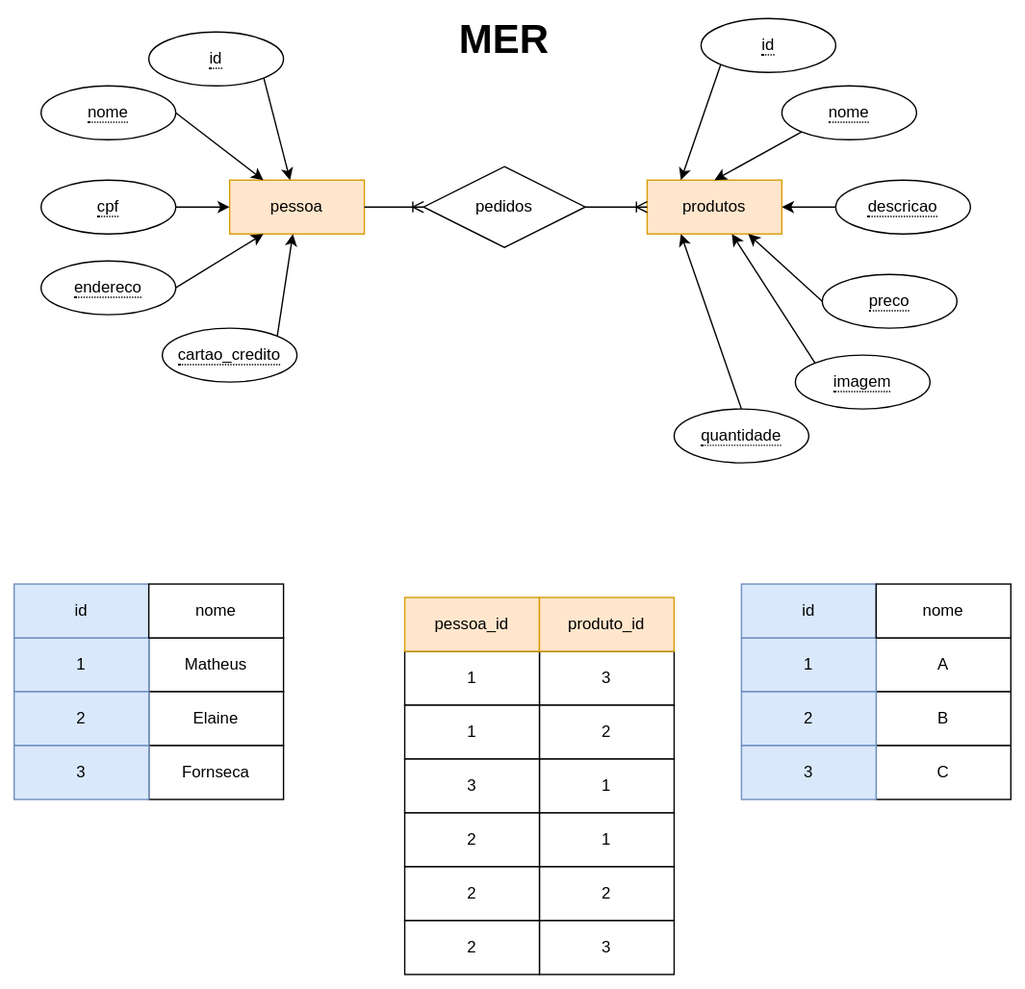
Earlier version of the draw.io export docs/MER.drawio.svg (marceloviana/aulas). Source tidied: cells renumbered, new cells last; positions are measured from the earlier drawing's top-left corner, leaving out a move shared by most shapes.
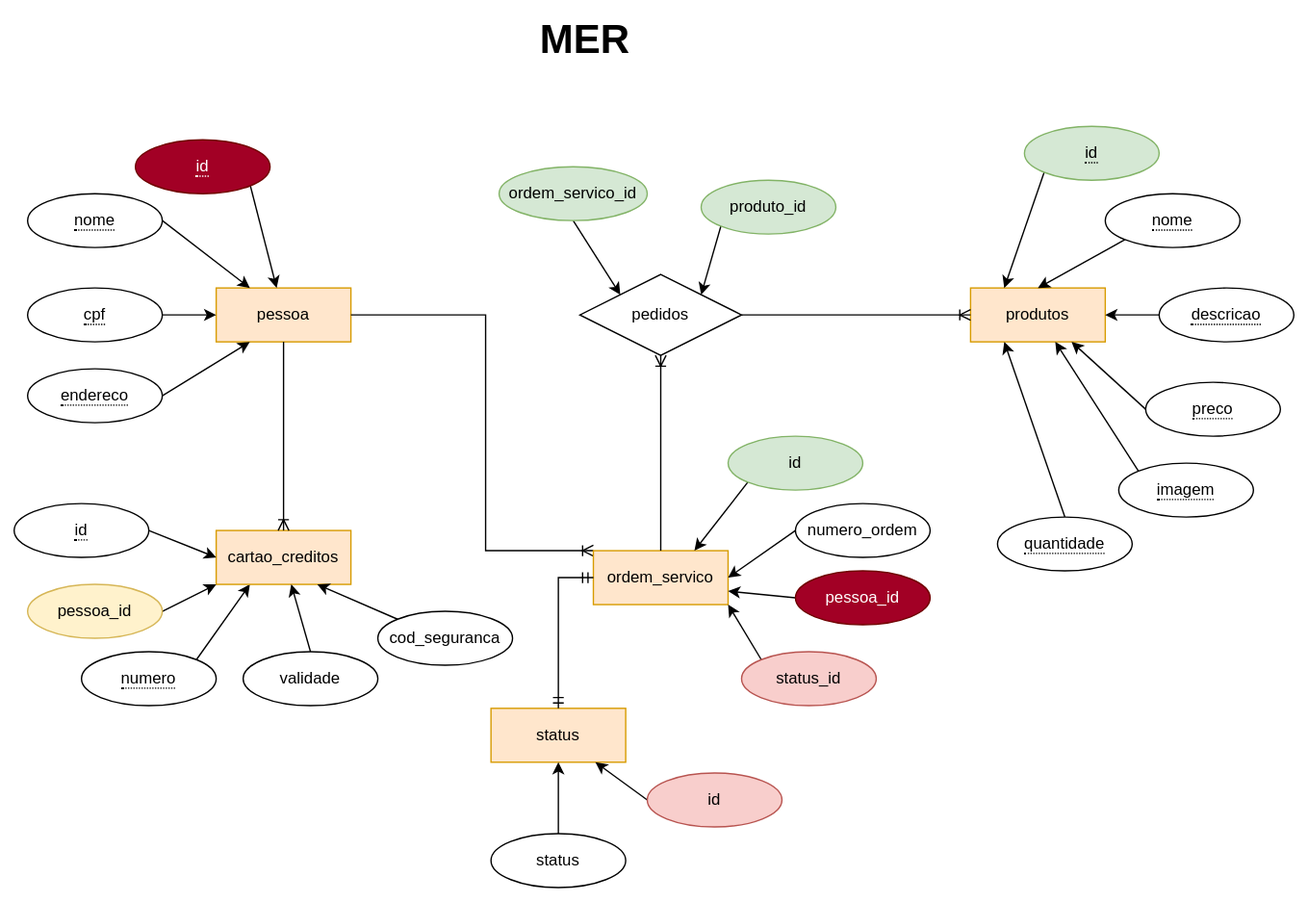
Above is the later version.

What changed in the source:
```diff
@@ -23,160 +23,165 @@
     <mxCell id="8" value="&lt;span style=&quot;border-bottom: 1px dotted&quot;&gt;endereco&lt;/span&gt;" style="ellipse;whiteSpace=wrap;html=1;align=center;" parent="1" vertex="1">
       <mxGeometry x="20" y="180" width="100" height="40" as="geometry" />
     </mxCell>
-    <mxCell id="9" style="rounded=0;jettySize=auto;html=1;exitX=1;exitY=0;exitDx=0;exitDy=0;" parent="1" edge="1" source="10" target="2">
+    <mxCell id="9" style="rounded=0;jettySize=auto;html=1;exitX=1;exitY=0;exitDx=0;exitDy=0;entryX=0.25;entryY=1;entryDx=0;entryDy=0;" parent="1" edge="1" source="10" target="60">
       <mxGeometry relative="1" as="geometry" />
     </mxCell>
-    <mxCell id="10" value="&lt;span style=&quot;border-bottom: 1px dotted&quot;&gt;cartao_credito&lt;/span&gt;" style="ellipse;whiteSpace=wrap;html=1;align=center;" parent="1" vertex="1">
-      <mxGeometry x="110" y="230" width="100" height="40" as="geometry" />
+    <mxCell id="10" value="&lt;span style=&quot;border-bottom: 1px dotted&quot;&gt;numero&lt;/span&gt;" style="ellipse;whiteSpace=wrap;html=1;align=center;" parent="1" vertex="1">
+      <mxGeometry x="60" y="390" width="100" height="40" as="geometry" />
     </mxCell>
     <mxCell id="11" value="produtos" style="whiteSpace=wrap;html=1;align=center;fillColor=#ffe6cc;strokeColor=#d79b00;" parent="1" vertex="1">
-      <mxGeometry x="470" y="120" width="100" height="40" as="geometry" />
+      <mxGeometry x="720" y="120" width="100" height="40" as="geometry" />
     </mxCell>
     <mxCell id="12" style="rounded=0;jettySize=auto;html=1;exitX=0;exitY=1;exitDx=0;exitDy=0;entryX=0.5;entryY=0;entryDx=0;entryDy=0;" parent="1" edge="1" source="13" target="11">
       <mxGeometry relative="1" as="geometry" />
     </mxCell>
     <mxCell id="13" value="&lt;span style=&quot;border-bottom: 1px dotted&quot;&gt;nome&lt;/span&gt;" style="ellipse;whiteSpace=wrap;html=1;align=center;" parent="1" vertex="1">
-      <mxGeometry x="570" y="50" width="100" height="40" as="geometry" />
+      <mxGeometry x="820" y="50" width="100" height="40" as="geometry" />
     </mxCell>
     <mxCell id="14" style="rounded=0;jettySize=auto;html=1;exitX=0;exitY=0.5;exitDx=0;exitDy=0;" parent="1" edge="1" source="15" target="11">
       <mxGeometry relative="1" as="geometry" />
     </mxCell>
     <mxCell id="15" value="&lt;span style=&quot;border-bottom: 1px dotted&quot;&gt;descricao&lt;/span&gt;" style="ellipse;whiteSpace=wrap;html=1;align=center;" parent="1" vertex="1">
-      <mxGeometry x="610" y="120" width="100" height="40" as="geometry" />
+      <mxGeometry x="860" y="120" width="100" height="40" as="geometry" />
     </mxCell>
     <mxCell id="16" style="rounded=0;jettySize=auto;html=1;exitX=0;exitY=0.5;exitDx=0;exitDy=0;entryX=0.75;entryY=1;entryDx=0;entryDy=0;" parent="1" edge="1" source="17" target="11">
       <mxGeometry relative="1" as="geometry" />
     </mxCell>
     <mxCell id="17" value="&lt;span style=&quot;border-bottom: 1px dotted&quot;&gt;preco&lt;/span&gt;" style="ellipse;whiteSpace=wrap;html=1;align=center;" parent="1" vertex="1">
-      <mxGeometry x="600" y="190" width="100" height="40" as="geometry" />
+      <mxGeometry x="850" y="190" width="100" height="40" as="geometry" />
     </mxCell>
     <mxCell id="18" style="rounded=0;jettySize=auto;html=1;exitX=0;exitY=0;exitDx=0;exitDy=0;" parent="1" edge="1" source="19" target="11">
       <mxGeometry relative="1" as="geometry" />
     </mxCell>
     <mxCell id="19" value="&lt;span style=&quot;border-bottom: 1px dotted&quot;&gt;imagem&lt;/span&gt;" style="ellipse;whiteSpace=wrap;html=1;align=center;" parent="1" vertex="1">
-      <mxGeometry x="580" y="250" width="100" height="40" as="geometry" />
+      <mxGeometry x="830" y="250" width="100" height="40" as="geometry" />
     </mxCell>
     <mxCell id="20" value="pedidos" style="shape=rhombus;perimeter=rhombusPerimeter;whiteSpace=wrap;html=1;align=center;" parent="1" vertex="1">
-      <mxGeometry x="304" y="110" width="120" height="60" as="geometry" />
+      <mxGeometry x="430" y="110" width="120" height="60" as="geometry" />
     </mxCell>
-    <mxCell id="21" style="edgeStyle=entityRelationEdgeStyle;fontSize=12;html=1;endArrow=ERoneToMany;rounded=0;exitX=1;exitY=0.5;exitDx=0;exitDy=0;" parent="1" edge="1" source="20">
-      <mxGeometry relative="1" as="geometry">
-        <mxPoint x="470" y="140" as="targetPoint" />
-      </mxGeometry>
+    <mxCell id="21" style="edgeStyle=entityRelationEdgeStyle;fontSize=12;html=1;endArrow=ERoneToMany;rounded=0;exitX=1;exitY=0.5;exitDx=0;exitDy=0;entryX=0;entryY=0.5;entryDx=0;entryDy=0;" parent="1" edge="1" source="20" target="11">
+      <mxGeometry relative="1" as="geometry" />
     </mxCell>
-    <mxCell id="22" style="edgeStyle=entityRelationEdgeStyle;fontSize=12;html=1;endArrow=ERoneToMany;rounded=0;exitX=1;exitY=0.5;exitDx=0;exitDy=0;" parent="1" edge="1" source="2" target="20">
-      <mxGeometry relative="1" as="geometry" />
+    <mxCell id="22" style="edgeStyle=orthogonalEdgeStyle;fontSize=12;html=1;endArrow=ERoneToMany;rounded=0;exitX=1;exitY=0.5;exitDx=0;exitDy=0;endFill=0;entryX=0;entryY=0;entryDx=0;entryDy=0;" parent="1" edge="1" source="2" target="70">
+      <mxGeometry relative="1" as="geometry">
+        <Array as="points">
+          <mxPoint x="360" y="140" />
+          <mxPoint x="360" y="315" />
+        </Array>
+      </mxGeometry>
     </mxCell>
     <mxCell id="23" style="rounded=0;jettySize=auto;html=1;exitX=0.5;exitY=0;exitDx=0;exitDy=0;entryX=0.25;entryY=1;entryDx=0;entryDy=0;" parent="1" edge="1" source="24" target="11">
       <mxGeometry relative="1" as="geometry" />
     </mxCell>
     <mxCell id="24" value="&lt;span style=&quot;border-bottom: 1px dotted&quot;&gt;quantidade&lt;/span&gt;" style="ellipse;whiteSpace=wrap;html=1;align=center;" parent="1" vertex="1">
-      <mxGeometry x="490" y="290" width="100" height="40" as="geometry" />
+      <mxGeometry x="740" y="290" width="100" height="40" as="geometry" />
     </mxCell>
     <mxCell id="25" value="MER" style="text;html=1;align=center;verticalAlign=middle;whiteSpace=wrap;rounded=0;fontStyle=1;fontSize=30;" parent="1" vertex="1">
-      <mxGeometry x="334" width="60" height="30" as="geometry" />
+      <mxGeometry x="404" y="-80" width="60" height="30" as="geometry" />
     </mxCell>
     <mxCell id="26" style="rounded=0;jettySize=auto;html=1;exitX=1;exitY=1;exitDx=0;exitDy=0;" parent="1" edge="1" source="27" target="2">
       <mxGeometry relative="1" as="geometry" />
     </mxCell>
-    <mxCell id="27" value="&lt;span style=&quot;border-bottom: 1px dotted&quot;&gt;id&lt;/span&gt;" style="ellipse;whiteSpace=wrap;html=1;align=center;" parent="1" vertex="1">
+    <mxCell id="27" value="&lt;span style=&quot;border-bottom: 1px dotted&quot;&gt;id&lt;/span&gt;" style="ellipse;whiteSpace=wrap;html=1;align=center;fillColor=#a20025;strokeColor=#6F0000;fontColor=#ffffff;" parent="1" vertex="1">
       <mxGeometry x="100" y="10" width="100" height="40" as="geometry" />
     </mxCell>
     <mxCell id="28" style="rounded=0;jettySize=auto;html=1;exitX=0;exitY=1;exitDx=0;exitDy=0;entryX=0.25;entryY=0;entryDx=0;entryDy=0;" parent="1" edge="1" source="29" target="11">
       <mxGeometry relative="1" as="geometry" />
     </mxCell>
-    <mxCell id="29" value="&lt;span style=&quot;border-bottom: 1px dotted&quot;&gt;id&lt;/span&gt;" style="ellipse;whiteSpace=wrap;html=1;align=center;" parent="1" vertex="1">
-      <mxGeometry x="510" width="100" height="40" as="geometry" />
+    <mxCell id="29" value="&lt;span style=&quot;border-bottom: 1px dotted&quot;&gt;id&lt;/span&gt;" style="ellipse;whiteSpace=wrap;html=1;align=center;fillColor=#d5e8d4;strokeColor=#82b366;" parent="1" vertex="1">
+      <mxGeometry x="760" width="100" height="40" as="geometry" />
     </mxCell>
-    <mxCell id="30" value="A" style="whiteSpace=wrap;html=1;align=center;" parent="1" vertex="1">
-      <mxGeometry x="640" y="460" width="100" height="40" as="geometry" />
-    </mxCell>
-    <mxCell id="31" value="B" style="whiteSpace=wrap;html=1;align=center;" parent="1" vertex="1">
-      <mxGeometry x="640" y="500" width="100" height="40" as="geometry" />
-    </mxCell>
-    <mxCell id="32" value="C" style="whiteSpace=wrap;html=1;align=center;" parent="1" vertex="1">
-      <mxGeometry x="640" y="540" width="100" height="40" as="geometry" />
-    </mxCell>
-    <mxCell id="33" value="1" style="whiteSpace=wrap;html=1;align=center;fillColor=#dae8fc;strokeColor=#6c8ebf;" parent="1" vertex="1">
-      <mxGeometry x="540" y="460" width="100" height="40" as="geometry" />
-    </mxCell>
-    <mxCell id="34" value="2" style="whiteSpace=wrap;html=1;align=center;fillColor=#dae8fc;strokeColor=#6c8ebf;" parent="1" vertex="1">
-      <mxGeometry x="540" y="500" width="100" height="40" as="geometry" />
-    </mxCell>
-    <mxCell id="35" value="3" style="whiteSpace=wrap;html=1;align=center;fillColor=#dae8fc;strokeColor=#6c8ebf;" parent="1" vertex="1">
-      <mxGeometry x="540" y="540" width="100" height="40" as="geometry" />
-    </mxCell>
-    <mxCell id="36" value="Matheus" style="whiteSpace=wrap;html=1;align=center;" parent="1" vertex="1">
-      <mxGeometry x="100" y="460" width="100" height="40" as="geometry" />
-    </mxCell>
-    <mxCell id="37" value="Elaine" style="whiteSpace=wrap;html=1;align=center;" parent="1" vertex="1">
-      <mxGeometry x="100" y="500" width="100" height="40" as="geometry" />
-    </mxCell>
-    <mxCell id="38" value="Fornseca" style="whiteSpace=wrap;html=1;align=center;" parent="1" vertex="1">
-      <mxGeometry x="100" y="540" width="100" height="40" as="geometry" />
-    </mxCell>
-    <mxCell id="39" value="1" style="whiteSpace=wrap;html=1;align=center;fillColor=#dae8fc;strokeColor=#6c8ebf;" parent="1" vertex="1">
-      <mxGeometry y="460" width="100" height="40" as="geometry" />
-    </mxCell>
-    <mxCell id="40" value="2" style="whiteSpace=wrap;html=1;align=center;fillColor=#dae8fc;strokeColor=#6c8ebf;" parent="1" vertex="1">
-      <mxGeometry y="500" width="100" height="40" as="geometry" />
-    </mxCell>
-    <mxCell id="41" value="3" style="whiteSpace=wrap;html=1;align=center;fillColor=#dae8fc;strokeColor=#6c8ebf;" parent="1" vertex="1">
-      <mxGeometry y="540" width="100" height="40" as="geometry" />
-    </mxCell>
-    <mxCell id="42" value="3" style="whiteSpace=wrap;html=1;align=center;" parent="1" vertex="1">
-      <mxGeometry x="390" y="470" width="100" height="40" as="geometry" />
-    </mxCell>
-    <mxCell id="43" value="2" style="whiteSpace=wrap;html=1;align=center;" parent="1" vertex="1">
-      <mxGeometry x="390" y="510" width="100" height="40" as="geometry" />
-    </mxCell>
-    <mxCell id="44" value="1" style="whiteSpace=wrap;html=1;align=center;" parent="1" vertex="1">
-      <mxGeometry x="390" y="550" width="100" height="40" as="geometry" />
-    </mxCell>
-    <mxCell id="45" value="1" style="whiteSpace=wrap;html=1;align=center;" parent="1" vertex="1">
-      <mxGeometry x="290" y="470" width="100" height="40" as="geometry" />
-    </mxCell>
-    <mxCell id="46" value="1" style="whiteSpace=wrap;html=1;align=center;" parent="1" vertex="1">
-      <mxGeometry x="290" y="510" width="100" height="40" as="geometry" />
-    </mxCell>
-    <mxCell id="47" value="3" style="whiteSpace=wrap;html=1;align=center;" parent="1" vertex="1">
-      <mxGeometry x="290" y="550" width="100" height="40" as="geometry" />
-    </mxCell>
-    <mxCell id="48" value="id" style="whiteSpace=wrap;html=1;align=center;fillColor=#dae8fc;strokeColor=#6c8ebf;" parent="1" vertex="1">
-      <mxGeometry y="420" width="100" height="40" as="geometry" />
-    </mxCell>
-    <mxCell id="49" value="nome" style="whiteSpace=wrap;html=1;align=center;" parent="1" vertex="1">
-      <mxGeometry x="100" y="420" width="100" height="40" as="geometry" />
-    </mxCell>
-    <mxCell id="50" value="id" style="whiteSpace=wrap;html=1;align=center;fillColor=#dae8fc;strokeColor=#6c8ebf;" parent="1" vertex="1">
-      <mxGeometry x="540" y="420" width="100" height="40" as="geometry" />
-    </mxCell>
-    <mxCell id="51" value="nome" style="whiteSpace=wrap;html=1;align=center;" parent="1" vertex="1">
-      <mxGeometry x="640" y="420" width="100" height="40" as="geometry" />
-    </mxCell>
-    <mxCell id="52" value="pessoa_id" style="whiteSpace=wrap;html=1;align=center;fillColor=#ffe6cc;strokeColor=#d79b00;" parent="1" vertex="1">
-      <mxGeometry x="290" y="430" width="100" height="40" as="geometry" />
-    </mxCell>
+    <mxCell id="60" value="cartao_creditos" style="whiteSpace=wrap;html=1;align=center;fillColor=#ffe6cc;strokeColor=#d79b00;" parent="1" vertex="1">
+      <mxGeometry x="160" y="300" width="100" height="40" as="geometry" />
+    </mxCell>
+    <mxCell id="61" style="rounded=0;jettySize=auto;html=1;exitX=0.5;exitY=0;exitDx=0;exitDy=0;" parent="1" edge="1" source="62" target="60">
+      <mxGeometry relative="1" as="geometry" />
+    </mxCell>
+    <mxCell id="62" value="validade" style="ellipse;whiteSpace=wrap;html=1;align=center;" parent="1" vertex="1">
+      <mxGeometry x="180" y="390" width="100" height="40" as="geometry" />
+    </mxCell>
+    <mxCell id="63" style="rounded=0;jettySize=auto;html=1;exitX=0;exitY=0;exitDx=0;exitDy=0;entryX=0.75;entryY=1;entryDx=0;entryDy=0;" parent="1" edge="1" source="64" target="60">
+      <mxGeometry relative="1" as="geometry" />
+    </mxCell>
+    <mxCell id="64" value="cod_seguranca" style="ellipse;whiteSpace=wrap;html=1;align=center;" parent="1" vertex="1">
+      <mxGeometry x="280" y="360" width="100" height="40" as="geometry" />
+    </mxCell>
+    <mxCell id="65" style="rounded=0;jettySize=auto;html=1;exitX=1;exitY=0.5;exitDx=0;exitDy=0;entryX=0;entryY=0.5;entryDx=0;entryDy=0;" parent="1" edge="1" source="66" target="60">
+      <mxGeometry relative="1" as="geometry" />
+    </mxCell>
+    <mxCell id="66" value="&lt;span style=&quot;border-bottom: 1px dotted&quot;&gt;id&lt;/span&gt;" style="ellipse;whiteSpace=wrap;html=1;align=center;" parent="1" vertex="1">
+      <mxGeometry x="10" y="280" width="100" height="40" as="geometry" />
+    </mxCell>
+    <mxCell id="67" style="rounded=0;jettySize=auto;html=1;exitX=1;exitY=0.5;exitDx=0;exitDy=0;entryX=0;entryY=1;entryDx=0;entryDy=0;" parent="1" edge="1" source="68" target="60">
+      <mxGeometry relative="1" as="geometry" />
+    </mxCell>
+    <mxCell id="68" value="pessoa_id" style="ellipse;whiteSpace=wrap;html=1;align=center;fillColor=#fff2cc;strokeColor=#d6b656;" parent="1" vertex="1">
+      <mxGeometry x="20" y="340" width="100" height="40" as="geometry" />
+    </mxCell>
+    <mxCell id="69" style="fontSize=12;html=1;endArrow=ERoneToMany;rounded=0;exitX=0.5;exitY=1;exitDx=0;exitDy=0;entryX=0.5;entryY=0;entryDx=0;entryDy=0;edgeStyle=orthogonalEdgeStyle;" parent="1" edge="1" source="2" target="60">
+      <mxGeometry relative="1" as="geometry" />
+    </mxCell>
+    <mxCell id="70" value="ordem_servico" style="whiteSpace=wrap;html=1;align=center;fillColor=#ffe6cc;strokeColor=#d79b00;" parent="1" vertex="1">
+      <mxGeometry x="440" y="315" width="100" height="40" as="geometry" />
+    </mxCell>
+    <mxCell id="71" style="rounded=0;jettySize=auto;html=1;exitX=0;exitY=1;exitDx=0;exitDy=0;entryX=0.75;entryY=0;entryDx=0;entryDy=0;" parent="1" edge="1" source="72" target="70">
+      <mxGeometry relative="1" as="geometry" />
+    </mxCell>
+    <mxCell id="72" value="id" style="ellipse;whiteSpace=wrap;html=1;align=center;fillColor=#d5e8d4;strokeColor=#82b366;" parent="1" vertex="1">
+      <mxGeometry x="540" y="230" width="100" height="40" as="geometry" />
+    </mxCell>
+    <mxCell id="73" style="rounded=0;jettySize=auto;html=1;exitX=0;exitY=0.5;exitDx=0;exitDy=0;entryX=1;entryY=0.5;entryDx=0;entryDy=0;" parent="1" edge="1" source="74" target="70">
+      <mxGeometry relative="1" as="geometry" />
+    </mxCell>
+    <mxCell id="74" value="numero_ordem" style="ellipse;whiteSpace=wrap;html=1;align=center;" parent="1" vertex="1">
+      <mxGeometry x="590" y="280" width="100" height="40" as="geometry" />
+    </mxCell>
+    <mxCell id="75" style="rounded=0;jettySize=auto;html=1;exitX=0;exitY=0.5;exitDx=0;exitDy=0;entryX=1;entryY=0.75;entryDx=0;entryDy=0;" parent="1" edge="1" source="76" target="70">
+      <mxGeometry relative="1" as="geometry" />
+    </mxCell>
+    <mxCell id="76" value="pessoa_id" style="ellipse;whiteSpace=wrap;html=1;align=center;fillColor=#a20025;strokeColor=#6F0000;fontColor=#ffffff;" parent="1" vertex="1">
+      <mxGeometry x="590" y="330" width="100" height="40" as="geometry" />
+    </mxCell>
+    <mxCell id="77" style="rounded=0;jettySize=auto;html=1;exitX=0;exitY=0;exitDx=0;exitDy=0;" parent="1" edge="1" source="78">
+      <mxGeometry relative="1" as="geometry">
+        <mxPoint x="540" y="355" as="targetPoint" />
+      </mxGeometry>
+    </mxCell>
+    <mxCell id="78" value="status_id" style="ellipse;whiteSpace=wrap;html=1;align=center;fillColor=#f8cecc;strokeColor=#b85450;" parent="1" vertex="1">
+      <mxGeometry x="550" y="390" width="100" height="40" as="geometry" />
+    </mxCell>
+    <mxCell id="79" value="status" style="whiteSpace=wrap;html=1;align=center;fillColor=#ffe6cc;strokeColor=#d79b00;" parent="1" vertex="1">
+      <mxGeometry x="364" y="432" width="100" height="40" as="geometry" />
+    </mxCell>
+    <mxCell id="80" style="rounded=0;jettySize=auto;html=1;exitX=0;exitY=0.5;exitDx=0;exitDy=0;" parent="1" edge="1" source="81" target="79">
+      <mxGeometry relative="1" as="geometry" />
+    </mxCell>
+    <mxCell id="81" value="id" style="ellipse;whiteSpace=wrap;html=1;align=center;fillColor=#f8cecc;strokeColor=#b85450;" parent="1" vertex="1">
+      <mxGeometry x="480" y="480" width="100" height="40" as="geometry" />
+    </mxCell>
+    <mxCell id="82" style="rounded=0;jettySize=auto;html=1;exitX=0.5;exitY=0;exitDx=0;exitDy=0;" parent="1" edge="1" source="83" target="79">
+      <mxGeometry relative="1" as="geometry" />
+    </mxCell>
+    <mxCell id="83" value="status" style="ellipse;whiteSpace=wrap;html=1;align=center;" parent="1" vertex="1">
+      <mxGeometry x="364" y="525" width="100" height="40" as="geometry" />
+    </mxCell>
+    <mxCell id="84" style="edgeStyle=orthogonalEdgeStyle;fontSize=12;html=1;endArrow=ERmandOne;startArrow=ERmandOne;rounded=0;entryX=0.5;entryY=0;entryDx=0;entryDy=0;exitX=0;exitY=0.5;exitDx=0;exitDy=0;" parent="1" edge="1" source="70" target="79">
+      <mxGeometry relative="1" as="geometry" />
+    </mxCell>
+    <mxCell id="85" style="rounded=0;jettySize=auto;html=1;exitX=0.5;exitY=1;exitDx=0;exitDy=0;entryX=0;entryY=0;entryDx=0;entryDy=0;" parent="1" edge="1" source="86" target="20">
+      <mxGeometry relative="1" as="geometry" />
+    </mxCell>
+    <mxCell id="86" value="ordem_servico_id" style="ellipse;whiteSpace=wrap;html=1;align=center;fillColor=#d5e8d4;strokeColor=#82b366;" parent="1" vertex="1">
+      <mxGeometry x="370" y="30" width="110" height="40" as="geometry" />
+    </mxCell>
+    <mxCell id="87" style="rounded=0;jettySize=auto;html=1;exitX=0;exitY=1;exitDx=0;exitDy=0;entryX=1;entryY=0;entryDx=0;entryDy=0;" parent="1" edge="1" source="53" target="20">
+      <mxGeometry relative="1" as="geometry" />
+    </mxCell>
-    <mxCell id="53" value="produto_id" style="whiteSpace=wrap;html=1;align=center;fillColor=#ffe6cc;strokeColor=#d79b00;" parent="1" vertex="1">
-      <mxGeometry x="390" y="430" width="100" height="40" as="geometry" />
+    <mxCell id="53" value="produto_id" style="ellipse;whiteSpace=wrap;html=1;align=center;fillColor=#d5e8d4;strokeColor=#82b366;" parent="1" vertex="1">
+      <mxGeometry x="520" y="40" width="100" height="40" as="geometry" />
     </mxCell>
-    <mxCell id="54" value="1" style="whiteSpace=wrap;html=1;align=center;" parent="1" vertex="1">
-      <mxGeometry x="390" y="590" width="100" height="40" as="geometry" />
-    </mxCell>
-    <mxCell id="55" value="2" style="whiteSpace=wrap;html=1;align=center;" parent="1" vertex="1">
-      <mxGeometry x="290" y="590" width="100" height="40" as="geometry" />
-    </mxCell>
-    <mxCell id="56" value="2" style="whiteSpace=wrap;html=1;align=center;" parent="1" vertex="1">
-      <mxGeometry x="390" y="630" width="100" height="40" as="geometry" />
-    </mxCell>
-    <mxCell id="57" value="2" style="whiteSpace=wrap;html=1;align=center;" parent="1" vertex="1">
-      <mxGeometry x="290" y="630" width="100" height="40" as="geometry" />
-    </mxCell>
-    <mxCell id="58" value="3" style="whiteSpace=wrap;html=1;align=center;" parent="1" vertex="1">
-      <mxGeometry x="390" y="670" width="100" height="40" as="geometry" />
-    </mxCell>
-    <mxCell id="59" value="2" style="whiteSpace=wrap;html=1;align=center;" parent="1" vertex="1">
-      <mxGeometry x="290" y="670" width="100" height="40" as="geometry" />
-    </mxCell>
+    <mxCell id="88" style="fontSize=12;html=1;endArrow=ERoneToMany;rounded=0;entryX=0.5;entryY=1;entryDx=0;entryDy=0;exitX=0.5;exitY=0;exitDx=0;exitDy=0;" parent="1" edge="1" source="70" target="20">
+      <mxGeometry relative="1" as="geometry" />
+    </mxCell>
   </root>
 </mxGraphModel>
```
